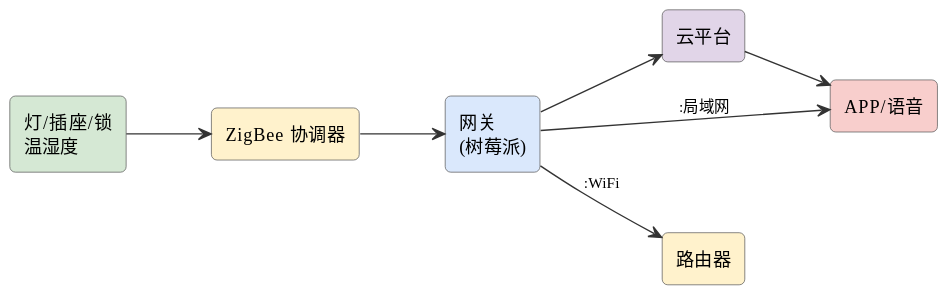
The PlantUML diagram assets/diagrams/ideas-fig4.svg in mingyi0818/IntelligentMcuCourse, before a commit.
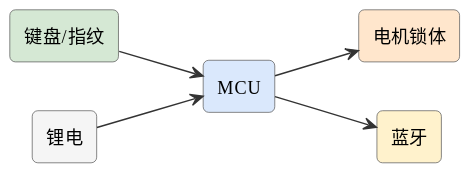
Later version of the same file.

What changed in the source:
```diff
@@ -6,16 +6,13 @@
 skinparam arrowFontSize 11
 skinparam arrowColor #333
 left to right direction
-rectangle "灯/插座/锁\n温湿度" as dev #d5e8d4
-rectangle "ZigBee 协调器" as z #fff2cc
-rectangle "网关\n(树莓派)" as gw #dae8fc
-rectangle "云平台" as cloud #e1d5e8
-rectangle "APP/语音" as app #f8cecc
-rectangle "路由器" as r #fff2cc
-dev --> z
-z --> gw
-gw --> r : :WiFi
-gw --> cloud
-cloud --> app
-gw --> app : :局域网
+rectangle "键盘/指纹" as kp #d5e8d4
+rectangle "MCU" as mcu #dae8fc
+rectangle "电机锁体" as motor #ffe6cc
+rectangle "蓝牙" as bt #fff2cc
+rectangle "锂电" as batt #f5f5f5
+kp --> mcu
+mcu --> motor
+mcu --> bt
+batt --> mcu
 @enduml
```
